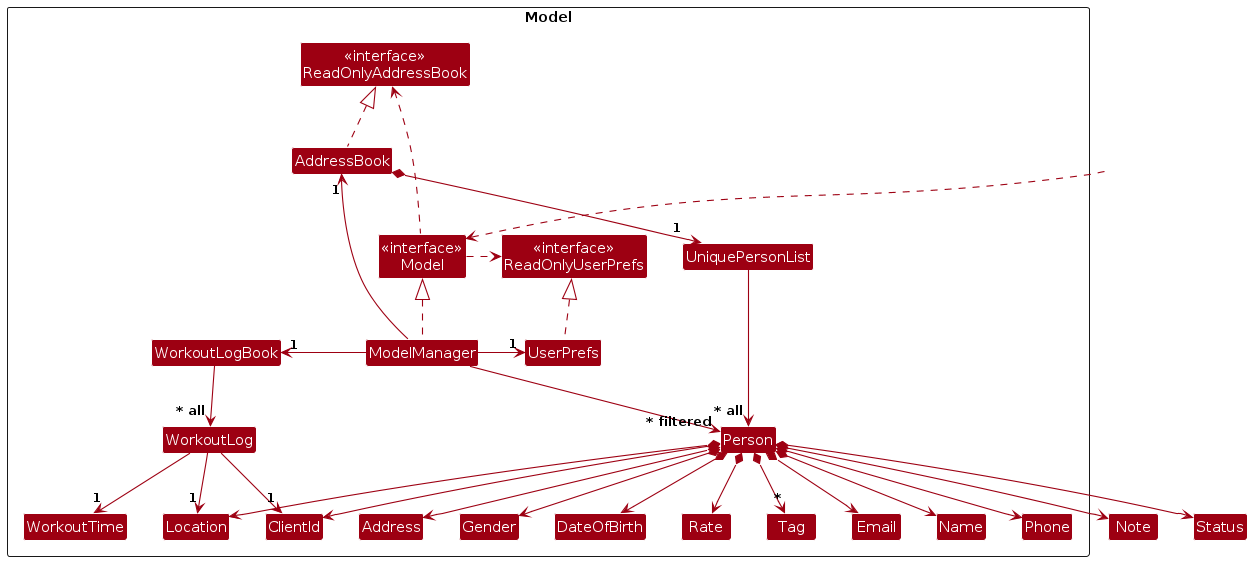
Earlier version of the PlantUML export diagrams/ModelClassDiagram.png (AY2526S2-CS2103-F08-1a/tp). Its source is kept beside it as diagrams/ModelClassDiagram.puml.
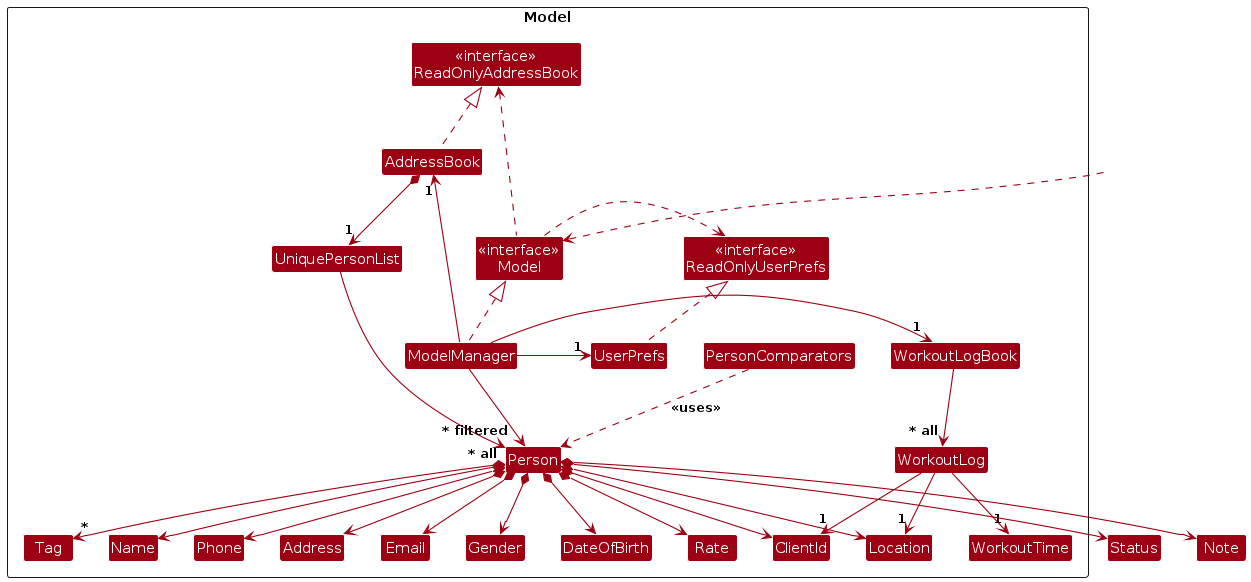
After the commit.

The edit, as a diff of the source:
```diff
@@ -17,6 +17,7 @@
 Class WorkoutLog
 Class WorkoutTime
 Class Person
+Class PersonComparators
 Class ClientId
 Class Gender
 Class DateOfBirth
@@ -51,6 +52,7 @@
 
 AddressBook *--> "1" UniquePersonList
 UniquePersonList --> "~* all" Person
+PersonComparators ..> Person : <<uses>>
 Person *--> ClientId
 Person *--> Name
 Person *--> Phone
```
